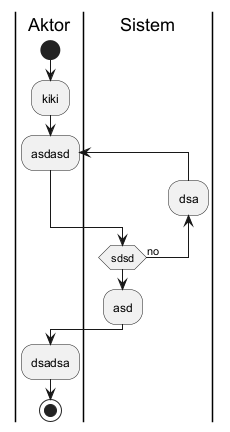
The PlantUML diagram webapp/tools/activity_diagram.png in AgileRE-2024/UCaseGenerator, before a commit. Source of this version:
```plantuml
@startuml
|Aktor|
start

|Aktor|
:kiki;
|Sistem|
|Aktor|
repeat :asdasd;
|Sistem|
|Sistem|
backward :dsa;
|Sistem|
|Sistem|
repeat while (sdsd) is (no)

|Sistem|
:asd;
|Aktor|
:dsadsa;
stop
@enduml
```
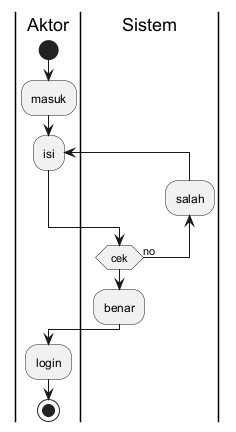
The same diagram one commit later.

Diff of the diagram source:
```diff
@@ -3,20 +3,20 @@
 start
 
 |Aktor|
-:kiki;
+:masuk;
 |Sistem|
 |Aktor|
-repeat :asdasd;
+repeat :isi;
 |Sistem|
 |Sistem|
-backward :dsa;
+backward :salah;
 |Sistem|
 |Sistem|
-repeat while (sdsd) is (no)
+repeat while (cek) is (no)
 
 |Sistem|
-:asd;
+:benar;
 |Aktor|
-:dsadsa;
+:login;
 stop
 @enduml
```
